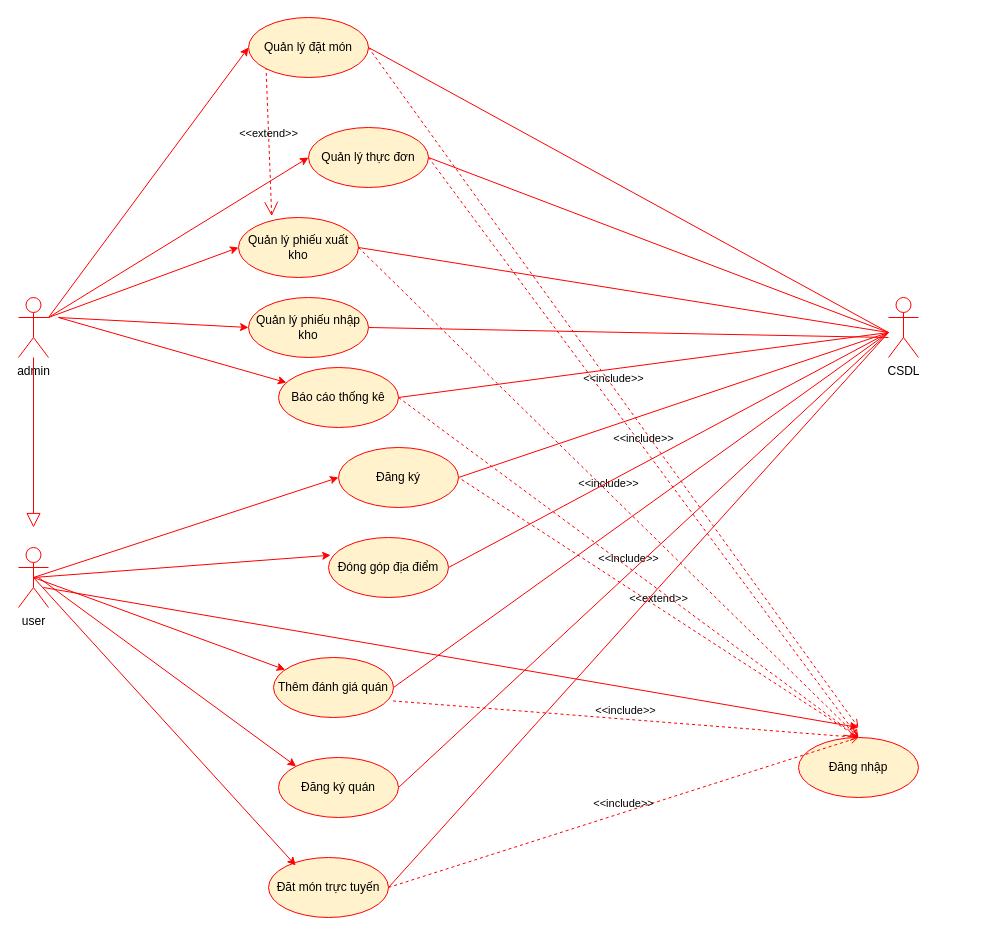
Above: page "Page-2" (3 of 15) of Documentations/Database.drawio in MajinBuuNe-Ahihi/DATN (draw.io), before the change. Source tidied: cells renumbered, new cells numbered last; positions are measured from the earlier drawing's top-left corner, leaving out a move shared by most shapes. Both pictures are drawn from the tidied source at 100%, with x=0, y=0 at pixel (18, 17).
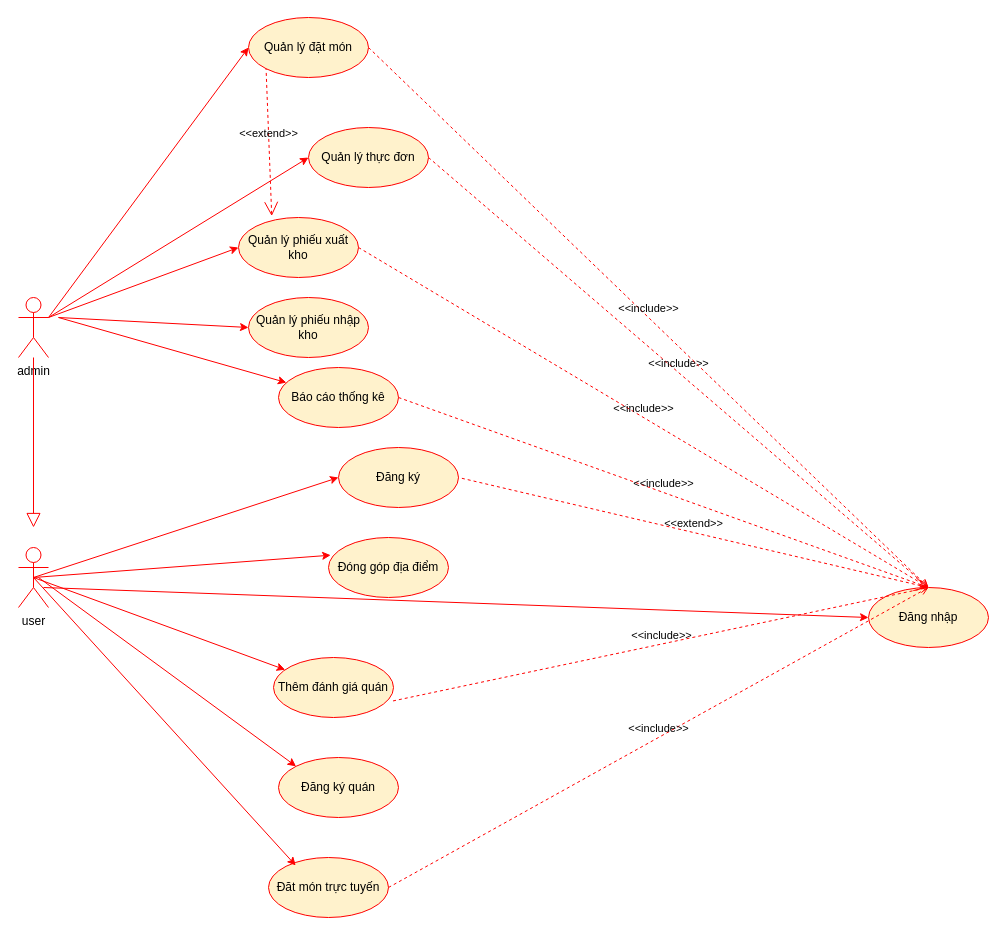
Above is the later version.

Unchanged cells that the change refers to:
```xml
<mxCell id="3" value="Thêm đánh giá quán" style="ellipse;whiteSpace=wrap;html=1;strokeColor=#FF0000;fillColor=#fff2cc;" parent="1" vertex="1">
  <mxGeometry x="255" y="640" width="120" height="60" as="geometry" />
</mxCell>
<mxCell id="4" value="Quản lý thực đơn" style="ellipse;whiteSpace=wrap;html=1;strokeColor=#FF0000;fillColor=#fff2cc;" parent="1" vertex="1">
  <mxGeometry x="290" y="110" width="120" height="60" as="geometry" />
</mxCell>
<mxCell id="5" value="Đóng góp địa điểm" style="ellipse;whiteSpace=wrap;html=1;strokeColor=#FF0000;fillColor=#fff2cc;" parent="1" vertex="1">
  <mxGeometry x="310" y="520" width="120" height="60" as="geometry" />
</mxCell>
<mxCell id="6" value="Quản lý phiếu xuất kho" style="ellipse;whiteSpace=wrap;html=1;strokeColor=#FF0000;fillColor=#fff2cc;" parent="1" vertex="1">
  <mxGeometry x="220" y="200" width="120" height="60" as="geometry" />
</mxCell>
<mxCell id="7" value="Báo cáo thống kê" style="ellipse;whiteSpace=wrap;html=1;strokeColor=#FF0000;fillColor=#fff2cc;" parent="1" vertex="1">
  <mxGeometry x="260" y="350" width="120" height="60" as="geometry" />
</mxCell>
<mxCell id="8" value="Đăng ký quán" style="ellipse;whiteSpace=wrap;html=1;strokeColor=#FF0000;fillColor=#fff2cc;" parent="1" vertex="1">
  <mxGeometry x="260" y="740" width="120" height="60" as="geometry" />
</mxCell>
<mxCell id="11" value="Quản lý đặt món" style="ellipse;whiteSpace=wrap;html=1;strokeColor=#FF0000;fillColor=#fff2cc;" parent="1" vertex="1">
  <mxGeometry x="230" width="120" height="60" as="geometry" />
</mxCell>
<mxCell id="15" value="Đăt món trực tuyến" style="ellipse;whiteSpace=wrap;html=1;strokeColor=#FF0000;fillColor=#fff2cc;" parent="1" vertex="1">
  <mxGeometry x="250" y="840" width="120" height="60" as="geometry" />
</mxCell>
<mxCell id="43" value="Quản lý phiếu nhập kho" style="ellipse;whiteSpace=wrap;html=1;strokeColor=#FF0000;fillColor=#fff2cc;" parent="1" vertex="1">
  <mxGeometry x="230" y="280" width="120" height="60" as="geometry" />
</mxCell>
```

The edit, as a diff of the source:
```diff
@@
     <mxCell id="21" value="Đăng nhập" style="ellipse;whiteSpace=wrap;html=1;strokeColor=#FF0000;fillColor=#fff2cc;" parent="1" vertex="1">
-      <mxGeometry x="780" y="720" width="120" height="60" as="geometry" />
+      <mxGeometry x="850" y="570" width="120" height="60" as="geometry" />
     </mxCell>
@@
-    <mxCell id="27" style="edgeStyle=none;html=1;endArrow=none;verticalAlign=bottom;rounded=0;exitX=1;exitY=0.5;exitDx=0;exitDy=0;entryX=0;entryY=1;entryDx=0;entryDy=-15;entryPerimeter=0;strokeColor=#FF0000;" parent="1" edge="1" source="7">
-      <mxGeometry relative="1" as="geometry">
-        <mxPoint x="870" y="315" as="targetPoint" />
-      </mxGeometry>
-    </mxCell>
-    <mxCell id="28" style="edgeStyle=none;html=1;endArrow=none;verticalAlign=bottom;rounded=0;exitX=1;exitY=0.5;exitDx=0;exitDy=0;entryX=0;entryY=1;entryDx=0;entryDy=-15;entryPerimeter=0;strokeColor=#FF0000;" parent="1" edge="1" source="6">
-      <mxGeometry relative="1" as="geometry">
-        <mxPoint x="870" y="315" as="targetPoint" />
-      </mxGeometry>
-    </mxCell>
-    <mxCell id="29" style="edgeStyle=none;html=1;endArrow=none;verticalAlign=bottom;rounded=0;exitX=1;exitY=0.5;exitDx=0;exitDy=0;entryX=0;entryY=1;entryDx=0;entryDy=-15;entryPerimeter=0;strokeColor=#FF0000;" parent="1" edge="1" source="4">
-      <mxGeometry relative="1" as="geometry">
-        <mxPoint x="870" y="315" as="targetPoint" />
-      </mxGeometry>
-    </mxCell>
-    <mxCell id="30" style="edgeStyle=none;html=1;endArrow=none;verticalAlign=bottom;rounded=0;exitX=1;exitY=0.5;exitDx=0;exitDy=0;entryX=0;entryY=1;entryDx=0;entryDy=-15;entryPerimeter=0;strokeColor=#FF0000;" parent="1" edge="1" source="11">
-      <mxGeometry relative="1" as="geometry">
-        <mxPoint x="870" y="315" as="targetPoint" />
-      </mxGeometry>
-    </mxCell>
@@
     <mxCell id="33" value="&amp;lt;&amp;lt;include&amp;gt;&amp;gt;" style="edgeStyle=none;html=1;endArrow=open;verticalAlign=bottom;dashed=1;labelBackgroundColor=none;rounded=0;exitX=1;exitY=0.5;exitDx=0;exitDy=0;strokeColor=#FF0000;" parent="1" edge="1" source="4">
       <mxGeometry relative="1" as="geometry">
-        <mxPoint x="840" y="720" as="targetPoint" />
+        <mxPoint x="910" y="570" as="targetPoint" />
       </mxGeometry>
     </mxCell>
     <mxCell id="34" value="&amp;lt;&amp;lt;include&amp;gt;&amp;gt;" style="edgeStyle=none;html=1;endArrow=open;verticalAlign=bottom;dashed=1;labelBackgroundColor=none;rounded=0;exitX=1;exitY=0.5;exitDx=0;exitDy=0;strokeColor=#FF0000;" parent="1" edge="1" source="11">
       <mxGeometry relative="1" as="geometry">
-        <mxPoint x="840" y="710" as="targetPoint" />
+        <mxPoint x="910" y="570" as="targetPoint" />
       </mxGeometry>
     </mxCell>
@@
-    <mxCell id="36" style="endArrow=none;html=1;rounded=0;exitX=1;exitY=0.5;exitDx=0;exitDy=0;entryX=0;entryY=1;entryDx=0;entryDy=-15;entryPerimeter=0;strokeColor=#FF0000;" parent="1" edge="1" source="5">
-      <mxGeometry relative="1" as="geometry">
-        <mxPoint x="870" y="315" as="targetPoint" />
-      </mxGeometry>
-    </mxCell>
-    <mxCell id="37" style="endArrow=none;html=1;rounded=0;exitX=1;exitY=0.5;exitDx=0;exitDy=0;entryX=0;entryY=1;entryDx=0;entryDy=-15;entryPerimeter=0;strokeColor=#FF0000;" parent="1" edge="1" source="8">
-      <mxGeometry relative="1" as="geometry">
-        <mxPoint x="870" y="315" as="targetPoint" />
-      </mxGeometry>
-    </mxCell>
-    <mxCell id="38" style="endArrow=none;html=1;rounded=0;exitX=1;exitY=0.5;exitDx=0;exitDy=0;entryX=0;entryY=1;entryDx=0;entryDy=-15;entryPerimeter=0;strokeColor=#FF0000;" parent="1" edge="1" source="3">
-      <mxGeometry relative="1" as="geometry">
-        <mxPoint x="870" y="315" as="targetPoint" />
-      </mxGeometry>
-    </mxCell>
-    <mxCell id="39" style="endArrow=none;html=1;rounded=0;exitX=1;exitY=0.5;exitDx=0;exitDy=0;entryX=0;entryY=1;entryDx=0;entryDy=-15;entryPerimeter=0;strokeColor=#FF0000;" parent="1" edge="1" source="15">
-      <mxGeometry relative="1" as="geometry">
-        <mxPoint x="870" y="315" as="targetPoint" />
-      </mxGeometry>
-    </mxCell>
-    <mxCell id="40" style="edgeStyle=none;html=1;endArrow=none;verticalAlign=bottom;rounded=0;entryX=0;entryY=1;entryDx=0;entryDy=-15;entryPerimeter=0;strokeColor=#FF0000;" parent="1" edge="1">
-      <mxGeometry relative="1" as="geometry">
-        <mxPoint x="440" y="460" as="sourcePoint" />
-        <mxPoint x="870" y="315" as="targetPoint" />
-      </mxGeometry>
-    </mxCell>
     <mxCell id="41" style="endArrow=classic;html=1;rounded=0;exitX=0.5;exitY=0.5;exitDx=0;exitDy=0;exitPerimeter=0;strokeColor=#FF0000;" parent="1" edge="1">
       <mxGeometry relative="1" as="geometry">
         <mxPoint x="25" y="570" as="sourcePoint" />
-        <mxPoint x="840" y="710" as="targetPoint" />
+        <mxPoint x="850" y="600" as="targetPoint" />
       </mxGeometry>
     </mxCell>
-    <mxCell id="42" value="CSDL" style="shape=umlActor;verticalLabelPosition=bottom;verticalAlign=top;html=1;strokeColor=#FF0000;" parent="1" vertex="1">
-      <mxGeometry x="870" y="280" width="30" height="60" as="geometry" />
-    </mxCell>
@@
-    <mxCell id="45" style="edgeStyle=none;html=1;endArrow=none;verticalAlign=bottom;rounded=0;exitX=1;exitY=0.5;exitDx=0;exitDy=0;strokeColor=#FF0000;" parent="1" edge="1" source="43">
-      <mxGeometry relative="1" as="geometry">
-        <mxPoint x="870" y="320" as="targetPoint" />
-      </mxGeometry>
-    </mxCell>
```
